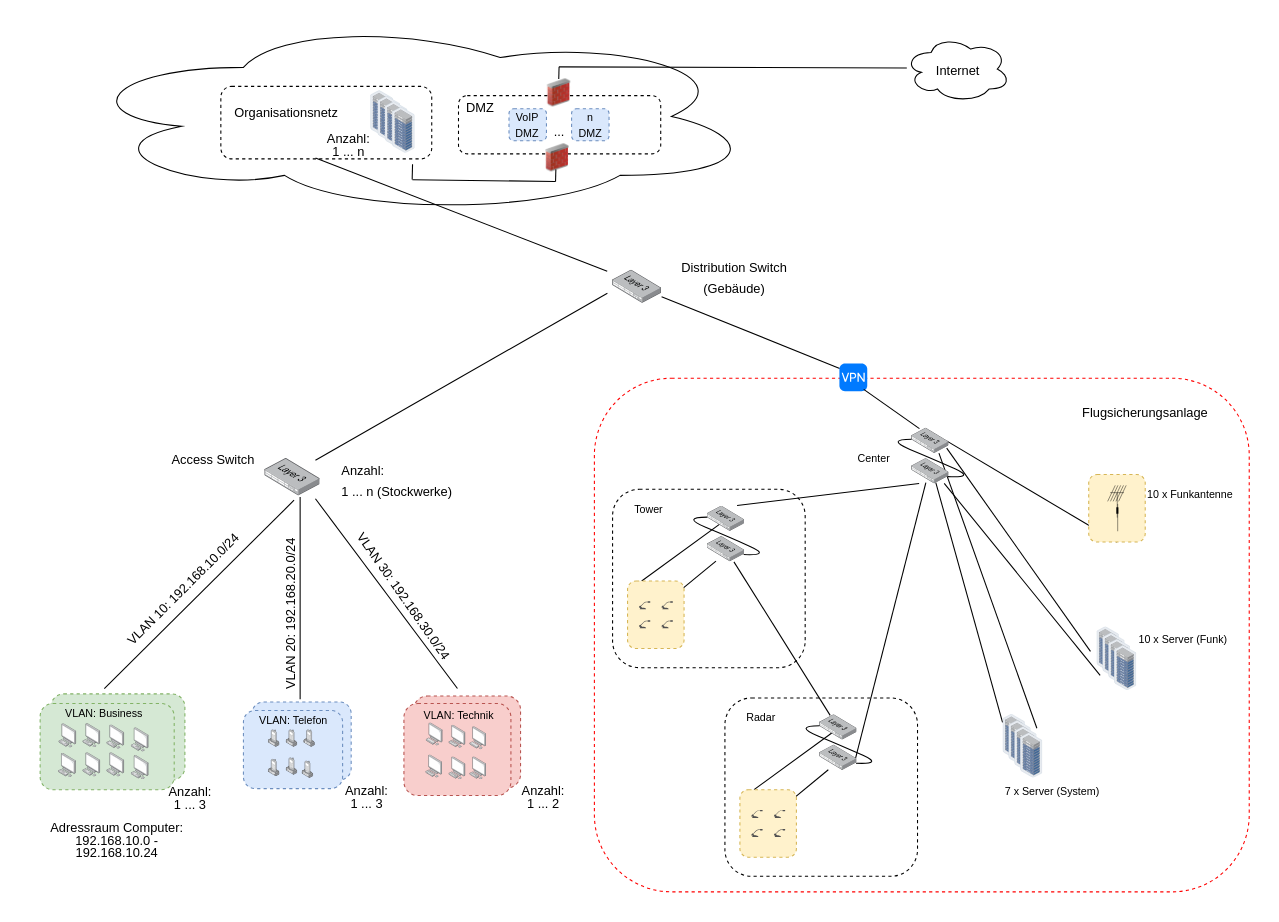
Before: Logische Netzwerktopologie.drawio in meetSeb/Computer-Network, a draw.io diagram. Source tidied: cells renumbered, new cells numbered last; positions are measured from the earlier drawing's top-left corner, leaving out a move shared by most shapes. Both pictures are drawn from the tidied source at 107%, with x=0, y=0 at pixel (18, 18).
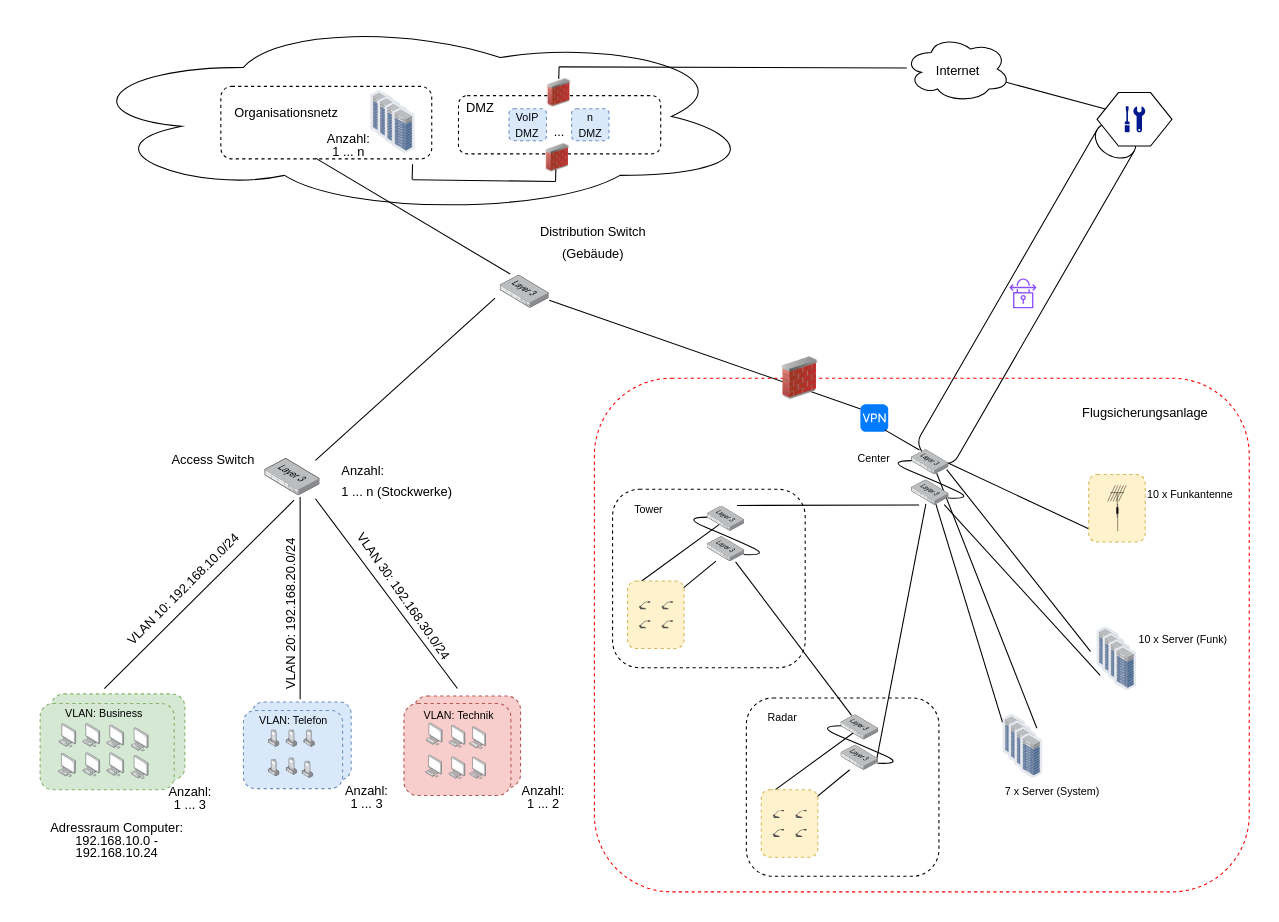
After the change.

Unchanged cells that the change refers to:
```xml
<mxCell id="49" style="image;points=[];html=1;align=center;shadow=0;dashed=0;image=img/lib/allied_telesis/switch/Switch_52_port_L3.svg;" parent="48" vertex="1">
  <mxGeometry y="47" width="45.8" height="31" as="geometry" />
</mxCell>
<mxCell id="52" style="ellipse;shape=cloud;whiteSpace=wrap;html=1;" parent="51" vertex="1">
  <mxGeometry width="99" height="62" as="geometry" />
</mxCell>
<mxCell id="57" style="rounded=1;whiteSpace=wrap;html=1;dashed=1;" parent="56" vertex="1">
  <mxGeometry x="-11.1" y="-2.8" width="197.1" height="67.8" as="geometry" />
</mxCell>
<mxCell id="95" style="image;points=[];html=1;align=center;shadow=0;dashed=0;image=img/lib/allied_telesis/storage/Datacenter_Server_Rack_ToR.svg;" parent="92" vertex="1">
  <mxGeometry x="10.9" y="11.6" width="20.8" height="42.1" as="geometry" />
</mxCell>
<mxCell id="110" style="image;points=[];html=1;align=center;shadow=0;dashed=0;image=img/lib/allied_telesis/switch/Switch_52_port_L3.svg;" parent="109" vertex="1">
  <mxGeometry width="35" height="23.7" as="geometry" />
</mxCell>
```

What changed in the source:
```diff
@@
+    <mxCell id="155" style="shape=cylinder3;whiteSpace=wrap;html=1;boundedLbl=1;backgroundOutline=1;size=15;rotation=30;" parent="1" vertex="1">
+      <mxGeometry x="922.6" y="76.7" width="40" height="360" as="geometry" />
+    </mxCell>
@@
     <mxCell id="48" style="group;" parent="1" vertex="1">
-      <mxGeometry x="555" y="188" width="171.1" height="78" as="geometry" />
+      <mxGeometry x="450" y="192.7" width="171.1" height="78" as="geometry" />
     </mxCell>
@@
-    <mxCell id="50" value="&lt;font style=&quot;font-size: 12px;&quot;&gt;Distribution Switch&lt;/font&gt;&lt;div&gt;&lt;font style=&quot;font-size: 12px;&quot;&gt;(Gebäude)&lt;/font&gt;&lt;/div&gt;" style="text;strokeColor=none;fillColor=none;html=1;align=center;verticalAlign=middle;whiteSpace=wrap;rounded=0;fontSize=16;" parent="48" vertex="1">
-      <mxGeometry x="56.9" y="28" width="114.2" height="50" as="geometry" />
-    </mxCell>
@@
     <mxCell id="54" style="group;" parent="1" vertex="1">
-      <mxGeometry x="100" y="21" width="590" height="181" as="geometry" />
+      <mxGeometry x="100" y="21" width="590" height="212.1" as="geometry" />
     </mxCell>
@@
+    <mxCell id="50" value="&lt;font style=&quot;font-size: 12px;&quot;&gt;Distribution Switch&lt;/font&gt;&lt;div&gt;&lt;font style=&quot;font-size: 12px;&quot;&gt;(Gebäude)&lt;/font&gt;&lt;/div&gt;" style="text;strokeColor=none;fillColor=none;html=1;align=center;verticalAlign=middle;whiteSpace=wrap;rounded=0;fontSize=16;" parent="54" vertex="1">
+      <mxGeometry x="380" y="162.1" width="114.2" height="50" as="geometry" />
+    </mxCell>
-    <mxCell id="76" style="endArrow=none;html=1;rounded=0;fontSize=12;startSize=8;endSize=8;curved=1;entryX=0.449;entryY=0.989;entryDx=0;entryDy=0;entryPerimeter=0;" parent="1" edge="1" target="57">
-      <mxGeometry relative="1" as="geometry">
-        <mxPoint x="550" y="236" as="sourcePoint" />
-      </mxGeometry>
+    <mxCell id="76" style="endArrow=none;html=1;rounded=0;fontSize=12;startSize=8;endSize=8;curved=1;entryX=0.449;entryY=0.989;entryDx=0;entryDy=0;entryPerimeter=0;exitX=0.204;exitY=-0.034;exitDx=0;exitDy=0;exitPerimeter=0;" parent="1" edge="1" source="49" target="57">
+      <mxGeometry relative="1" as="geometry" />
     </mxCell>
@@
-    <mxCell id="82" style="endArrow=none;html=1;rounded=0;fontSize=12;startSize=8;endSize=8;curved=1;entryX=0.993;entryY=0.031;entryDx=0;entryDy=0;entryPerimeter=0;" parent="1" edge="1" target="95">
-      <mxGeometry relative="1" as="geometry">
-        <mxPoint x="860" y="406" as="sourcePoint" />
-      </mxGeometry>
+    <mxCell id="82" style="endArrow=none;html=1;rounded=0;fontSize=12;startSize=8;endSize=8;curved=1;entryX=0.993;entryY=0.031;entryDx=0;entryDy=0;entryPerimeter=0;exitX=0.669;exitY=0.932;exitDx=0;exitDy=0;exitPerimeter=0;" parent="1" edge="1" source="110" target="95">
+      <mxGeometry relative="1" as="geometry" />
     </mxCell>
@@
     <mxCell id="105" style="html=1;strokeWidth=1;shadow=0;dashed=0;shape=mxgraph.ios7.misc.vpn;fillColor=#007AFF;strokeColor=none;buttonText=;strokeColor2=#222222;fontColor=#222222;fontSize=8;verticalLabelPosition=bottom;verticalAlign=top;align=center;sketch=0;" parent="1" vertex="1">
-      <mxGeometry x="767" y="322.3" width="26" height="25.8" as="geometry" />
+      <mxGeometry x="786.6" y="360.2" width="26" height="25.8" as="geometry" />
     </mxCell>
@@
     <mxCell id="108" style="group;" parent="1" vertex="1">
-      <mxGeometry x="810" y="382.7" width="84.1" height="53.3" as="geometry" />
+      <mxGeometry x="810" y="402.7" width="84.1" height="53.3" as="geometry" />
     </mxCell>
@@
     <mxCell id="135" style="group;" parent="1" vertex="1">
-      <mxGeometry x="660" y="631" width="180" height="171" as="geometry" />
+      <mxGeometry x="680" y="631" width="180" height="171" as="geometry" />
     </mxCell>
@@
+    <mxCell id="156" style="sketch=0;fontColor=#232F3E;gradientColor=none;fillColor=#8C4FFF;strokeColor=none;dashed=0;verticalLabelPosition=bottom;verticalAlign=top;align=center;html=1;fontSize=12;fontStyle=0;shape=mxgraph.aws4.vpn_connection;" parent="1" vertex="1">
+      <mxGeometry x="926" y="242.7" width="25.1" height="28" as="geometry" />
+    </mxCell>
+    <mxCell id="157" style="shape=hexagon;perimeter=hexagonPerimeter2;whiteSpace=wrap;html=1;fixedSize=1;" parent="1" vertex="1">
+      <mxGeometry x="1007.8" y="69" width="70" height="50" as="geometry" />
+    </mxCell>
+    <mxCell id="158" style="sketch=0;shadow=0;dashed=0;html=1;strokeColor=none;labelPosition=center;verticalLabelPosition=bottom;verticalAlign=top;align=center;fillColor=#00188D;shape=mxgraph.mscae.enterprise.maintenance;" parent="1" vertex="1">
+      <mxGeometry x="1033.7" y="81.8" width="19.1" height="24.4" as="geometry" />
+    </mxCell>
+    <mxCell id="159" style="endArrow=none;html=1;rounded=0;fontSize=12;startSize=8;endSize=8;curved=1;entryX=0.96;entryY=0.7;entryDx=0;entryDy=0;entryPerimeter=0;exitX=0;exitY=0.25;exitDx=0;exitDy=0;" parent="1" edge="1" source="157" target="52">
+      <mxGeometry relative="1" as="geometry" />
+    </mxCell>
+    <mxCell id="160" style="image;html=1;image=img/lib/clip_art/networking/Firewall_02_128x128.png;" parent="1" vertex="1">
+      <mxGeometry x="710" y="316" width="40" height="40" as="geometry" />
+    </mxCell>
```
